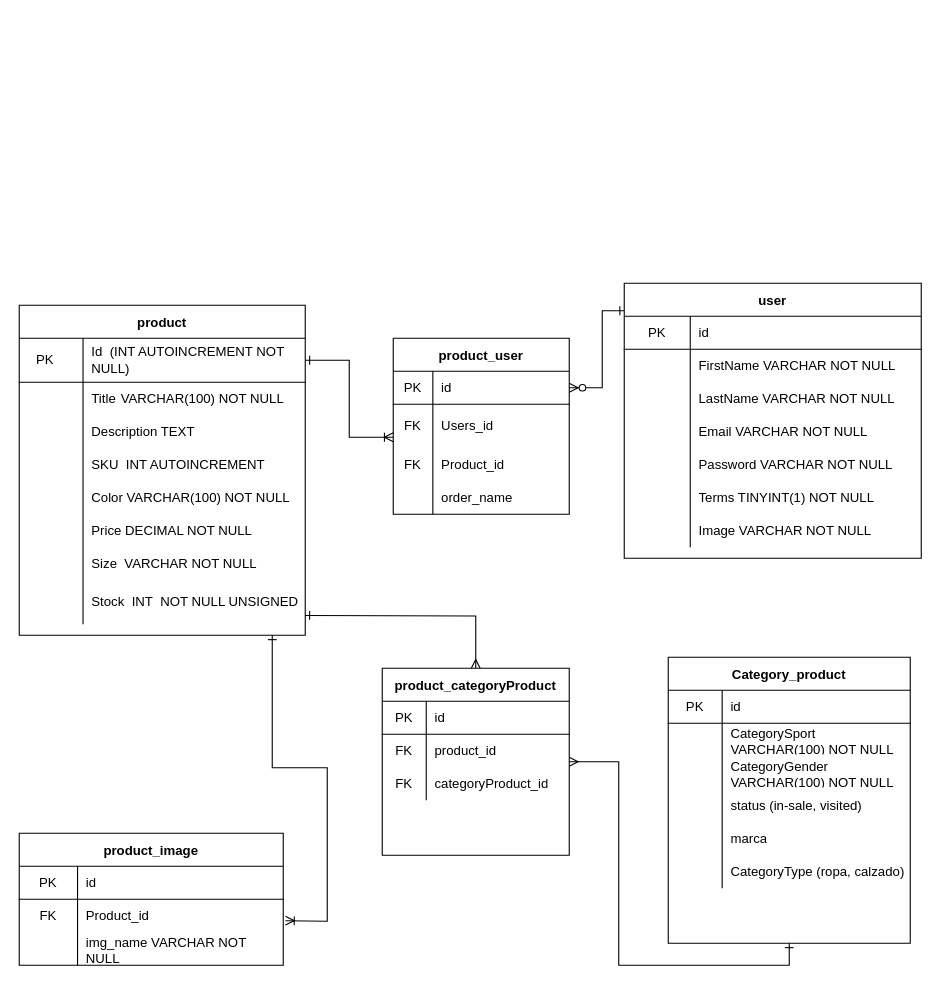
Earlier version of the draw.io diagram data/DER/Entity-Relation-Diagram.drawio (0621CDFSNCN12LAED/grupo-08). Source tidied: cells renumbered, new cells numbered last; positions are measured from the earlier drawing's top-left corner, leaving out a move shared by most shapes. Both pictures are drawn from the tidied source at 110%, with x=0, y=0 at pixel (19, 283).
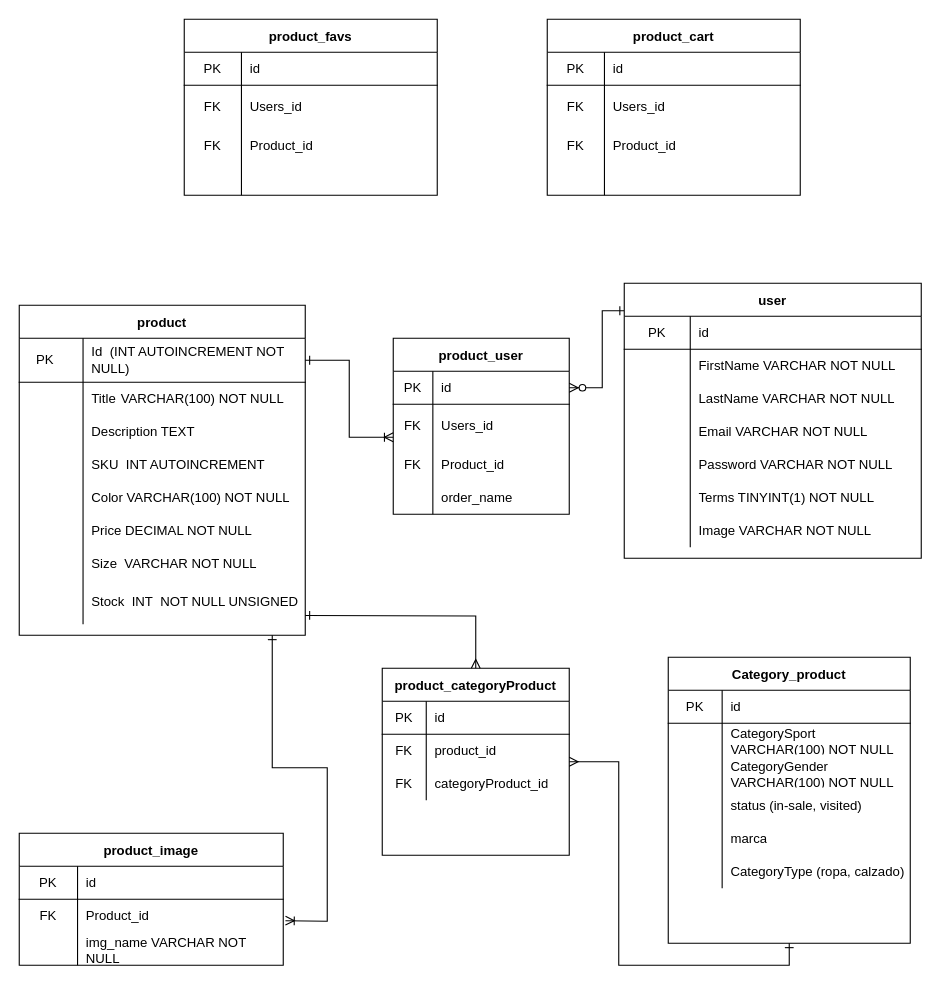
The same page after the edit.

Change to the diagram source:
```diff
@@
+    <mxCell id="106" value="product_cart" style="shape=table;startSize=30;childLayout=tableLayout;rowLines=0;fontStyle=1;align=center;" parent="1" vertex="1">
+      <mxGeometry x="480" y="-240" width="230" height="160" as="geometry" />
+    </mxCell>
+    <mxCell id="107" style="shape=partialRectangle;html=1;whiteSpace=wrap;fillColor=none;top=0;left=0;bottom=1;right=0;" parent="106" vertex="1">
+      <mxGeometry y="30" width="230" height="30" as="geometry" />
+    </mxCell>
+    <mxCell id="108" value="PK" style="shape=partialRectangle;html=1;whiteSpace=wrap;fillColor=none;top=0;left=0;bottom=0;right=0;overflow=hidden;" parent="107" vertex="1">
+      <mxGeometry width="52" height="30" as="geometry" />
+    </mxCell>
+    <mxCell id="109" value="id" style="shape=partialRectangle;html=1;whiteSpace=wrap;fillColor=none;top=0;left=0;bottom=0;right=0;align=left;spacingLeft=6;overflow=hidden;" parent="107" vertex="1">
+      <mxGeometry x="52" width="178" height="30" as="geometry" />
+    </mxCell>
+    <mxCell id="110" style="shape=partialRectangle;html=1;whiteSpace=wrap;fillColor=none;top=0;left=0;bottom=0;right=0;" parent="106" vertex="1">
+      <mxGeometry y="60" width="230" height="40" as="geometry" />
+    </mxCell>
+    <mxCell id="111" value="FK" style="shape=partialRectangle;html=1;whiteSpace=wrap;fillColor=none;top=0;left=0;bottom=0;right=0;overflow=hidden;" parent="110" vertex="1">
+      <mxGeometry width="52" height="40" as="geometry" />
+    </mxCell>
+    <mxCell id="112" value="Users_id&amp;nbsp;" style="shape=partialRectangle;html=1;whiteSpace=wrap;fillColor=none;top=0;left=0;bottom=0;right=0;align=left;spacingLeft=6;overflow=hidden;" parent="110" vertex="1">
+      <mxGeometry x="52" width="178" height="40" as="geometry" />
+    </mxCell>
+    <mxCell id="113" style="shape=partialRectangle;html=1;whiteSpace=wrap;fillColor=none;top=0;left=0;bottom=0;right=0;" parent="106" vertex="1">
+      <mxGeometry y="100" width="230" height="30" as="geometry" />
+    </mxCell>
+    <mxCell id="114" value="FK" style="shape=partialRectangle;html=1;whiteSpace=wrap;fillColor=none;top=0;left=0;bottom=0;right=0;overflow=hidden;" parent="113" vertex="1">
+      <mxGeometry width="52" height="30" as="geometry" />
+    </mxCell>
+    <mxCell id="115" value="Product_id" style="shape=partialRectangle;html=1;whiteSpace=wrap;fillColor=none;top=0;left=0;bottom=0;right=0;align=left;spacingLeft=6;overflow=hidden;" parent="113" vertex="1">
+      <mxGeometry x="52" width="178" height="30" as="geometry" />
+    </mxCell>
+    <mxCell id="116" style="shape=partialRectangle;html=1;whiteSpace=wrap;fillColor=none;top=0;left=0;bottom=0;right=0;" parent="106" vertex="1">
+      <mxGeometry y="130" width="230" height="30" as="geometry" />
+    </mxCell>
+    <mxCell id="117" style="shape=partialRectangle;html=1;whiteSpace=wrap;fillColor=none;top=0;left=0;bottom=0;right=0;overflow=hidden;" parent="116" vertex="1">
+      <mxGeometry width="52" height="30" as="geometry" />
+    </mxCell>
+    <mxCell id="118" style="shape=partialRectangle;html=1;whiteSpace=wrap;fillColor=none;top=0;left=0;bottom=0;right=0;align=left;spacingLeft=6;overflow=hidden;" parent="116" vertex="1">
+      <mxGeometry x="52" width="178" height="30" as="geometry" />
+    </mxCell>
+    <mxCell id="119" value="product_favs" style="shape=table;startSize=30;childLayout=tableLayout;rowLines=0;fontStyle=1;align=center;" parent="1" vertex="1">
+      <mxGeometry x="150" y="-240" width="230" height="160" as="geometry" />
+    </mxCell>
+    <mxCell id="120" style="shape=partialRectangle;html=1;whiteSpace=wrap;fillColor=none;top=0;left=0;bottom=1;right=0;" parent="119" vertex="1">
+      <mxGeometry y="30" width="230" height="30" as="geometry" />
+    </mxCell>
+    <mxCell id="121" value="PK" style="shape=partialRectangle;html=1;whiteSpace=wrap;fillColor=none;top=0;left=0;bottom=0;right=0;overflow=hidden;" parent="120" vertex="1">
+      <mxGeometry width="52" height="30" as="geometry" />
+    </mxCell>
+    <mxCell id="122" value="id" style="shape=partialRectangle;html=1;whiteSpace=wrap;fillColor=none;top=0;left=0;bottom=0;right=0;align=left;spacingLeft=6;overflow=hidden;" parent="120" vertex="1">
+      <mxGeometry x="52" width="178" height="30" as="geometry" />
+    </mxCell>
+    <mxCell id="123" style="shape=partialRectangle;html=1;whiteSpace=wrap;fillColor=none;top=0;left=0;bottom=0;right=0;" parent="119" vertex="1">
+      <mxGeometry y="60" width="230" height="40" as="geometry" />
+    </mxCell>
+    <mxCell id="124" value="FK" style="shape=partialRectangle;html=1;whiteSpace=wrap;fillColor=none;top=0;left=0;bottom=0;right=0;overflow=hidden;" parent="123" vertex="1">
+      <mxGeometry width="52" height="40" as="geometry" />
+    </mxCell>
+    <mxCell id="125" value="Users_id&amp;nbsp;" style="shape=partialRectangle;html=1;whiteSpace=wrap;fillColor=none;top=0;left=0;bottom=0;right=0;align=left;spacingLeft=6;overflow=hidden;" parent="123" vertex="1">
+      <mxGeometry x="52" width="178" height="40" as="geometry" />
+    </mxCell>
+    <mxCell id="126" style="shape=partialRectangle;html=1;whiteSpace=wrap;fillColor=none;top=0;left=0;bottom=0;right=0;" parent="119" vertex="1">
+      <mxGeometry y="100" width="230" height="30" as="geometry" />
+    </mxCell>
+    <mxCell id="127" value="FK" style="shape=partialRectangle;html=1;whiteSpace=wrap;fillColor=none;top=0;left=0;bottom=0;right=0;overflow=hidden;" parent="126" vertex="1">
+      <mxGeometry width="52" height="30" as="geometry" />
+    </mxCell>
+    <mxCell id="128" value="Product_id" style="shape=partialRectangle;html=1;whiteSpace=wrap;fillColor=none;top=0;left=0;bottom=0;right=0;align=left;spacingLeft=6;overflow=hidden;" parent="126" vertex="1">
+      <mxGeometry x="52" width="178" height="30" as="geometry" />
+    </mxCell>
+    <mxCell id="129" style="shape=partialRectangle;html=1;whiteSpace=wrap;fillColor=none;top=0;left=0;bottom=0;right=0;" parent="119" vertex="1">
+      <mxGeometry y="130" width="230" height="30" as="geometry" />
+    </mxCell>
+    <mxCell id="130" style="shape=partialRectangle;html=1;whiteSpace=wrap;fillColor=none;top=0;left=0;bottom=0;right=0;overflow=hidden;" parent="129" vertex="1">
+      <mxGeometry width="52" height="30" as="geometry" />
+    </mxCell>
+    <mxCell id="131" style="shape=partialRectangle;html=1;whiteSpace=wrap;fillColor=none;top=0;left=0;bottom=0;right=0;align=left;spacingLeft=6;overflow=hidden;" parent="129" vertex="1">
+      <mxGeometry x="52" width="178" height="30" as="geometry" />
+    </mxCell>
```
